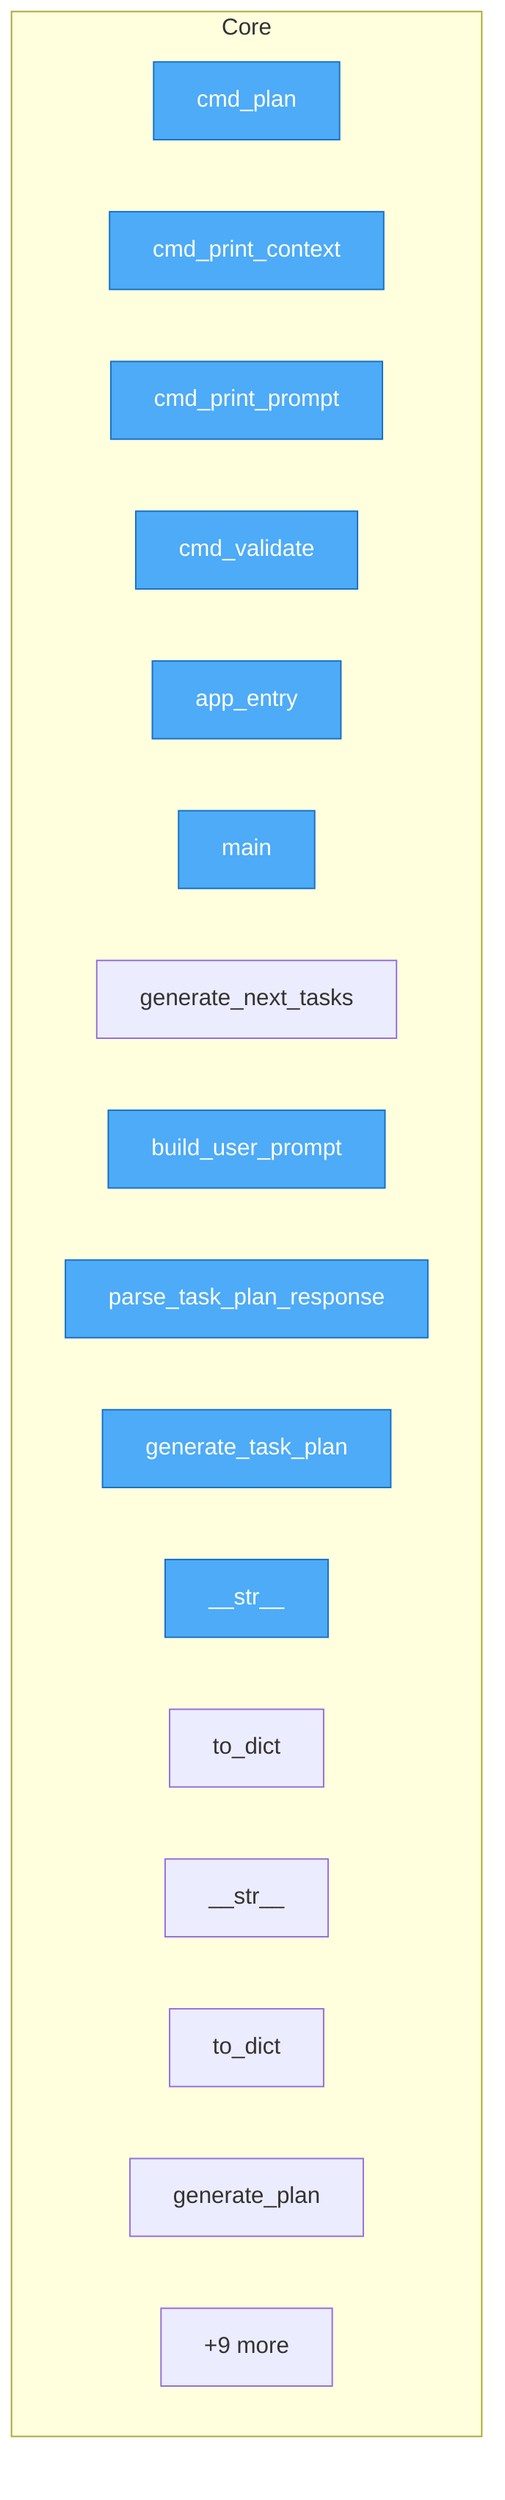
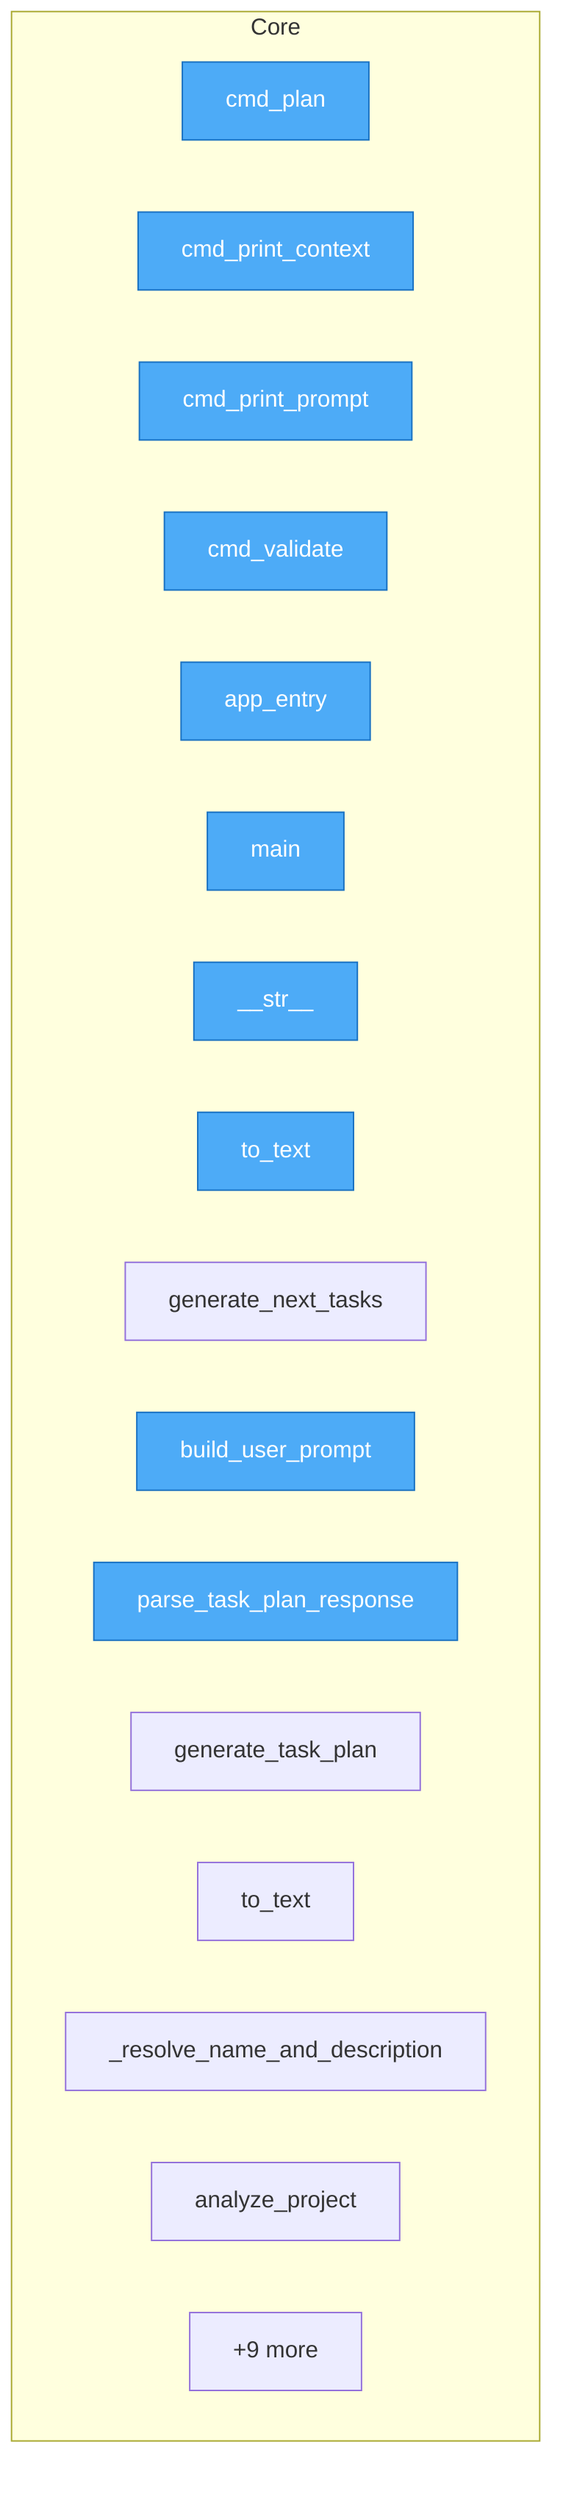
flowchart TD
%% generated in 0.00s

    %% Entry points (blue)
    classDef entry fill:#4dabf7,stroke:#1971c2,color:#fff

    subgraph Core
        src__lane__cli__cmd_plan["cmd_plan"]
        src__lane__cli__cmd_print_context["cmd_print_context"]
        src__lane__cli__cmd_print_prompt["cmd_print_prompt"]
        src__lane__cli__cmd_validate["cmd_validate"]
        src__lane__cli__app_entry["app_entry"]
        src__lane__cli__main["main"]
+         src__lane__git_reader__CommitInfo____str__["__str__"]
+         src__lane__git_reader__GitContext__to_text["to_text"]
        src__lane__planner__generate_next_tasks["generate_next_tasks"]
        src__lane__llm_client__build_user_prompt["build_user_prompt"]
        src__lane__llm_client__parse_task_plan_response["parse_task_plan_response"]
        src__lane__llm_client__OpenAICompatibleLLMClient__generate_task_plan["generate_task_plan"]
-         src__lane__models__Task____str__["__str__"]
-         src__lane__models__Task__to_dict["to_dict"]
-         src__lane__models__TaskPlan____str__["__str__"]
-         src__lane__models__TaskPlan__to_dict["to_dict"]
-         src__lane__providers__base__LLMProvider__generate_plan["generate_plan"]
+         src__lane__project_analyzer__ProjectSnapshot__to_text["to_text"]
+         src__lane__project_analyzer___resolve_name_and_description["_resolve_name_and_description"]
+         src__lane__project_analyzer__analyze_project["analyze_project"]
        ...["+9 more"]
    end

-     class src__lane__cli__cmd_plan,src__lane__cli__cmd_print_context,src__lane__cli__cmd_print_prompt,src__lane__cli__cmd_validate,src__lane__cli__app_entry,src__lane__cli__main,src__lane__llm_client__build_user_prompt,src__lane__llm_client__parse_task_plan_response,src__lane__llm_client__OpenAICompatibleLLMClient__generate_task_plan,src__lane__models__Task____str__ entry
+     class src__lane__cli__cmd_plan,src__lane__cli__cmd_print_context,src__lane__cli__cmd_print_prompt,src__lane__cli__cmd_validate,src__lane__cli__app_entry,src__lane__cli__main,src__lane__git_reader__CommitInfo____str__,src__lane__git_reader__GitContext__to_text,src__lane__llm_client__build_user_prompt,src__lane__llm_client__parse_task_plan_response entry
